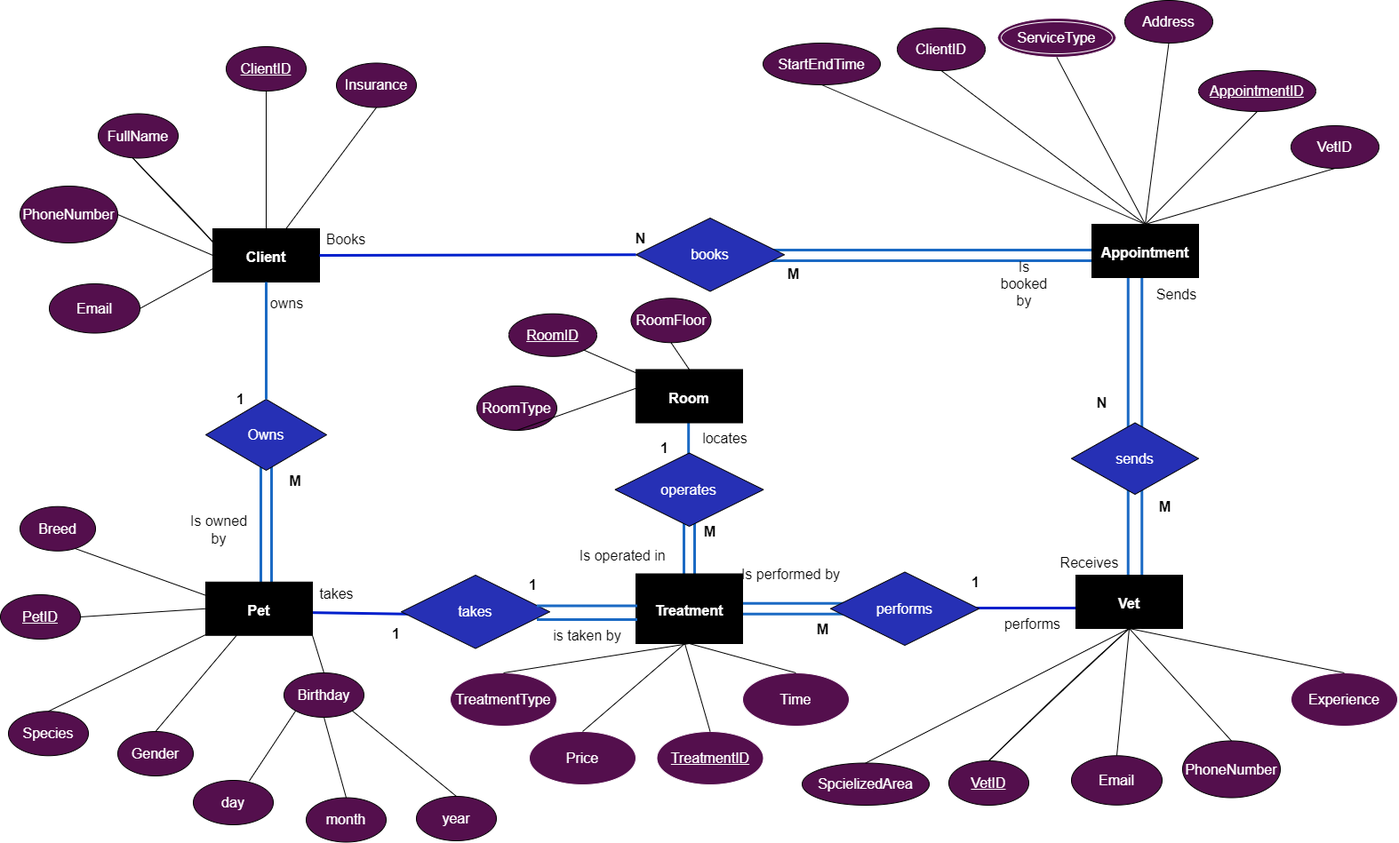
The draw.io diagram PetClinic.drawio.png in tomztz/SQL-Pet-Clinic, before a commit. Source tidied: cells renumbered, new cells last; positions are measured from the earlier drawing's top-left corner, leaving out a move shared by most shapes.
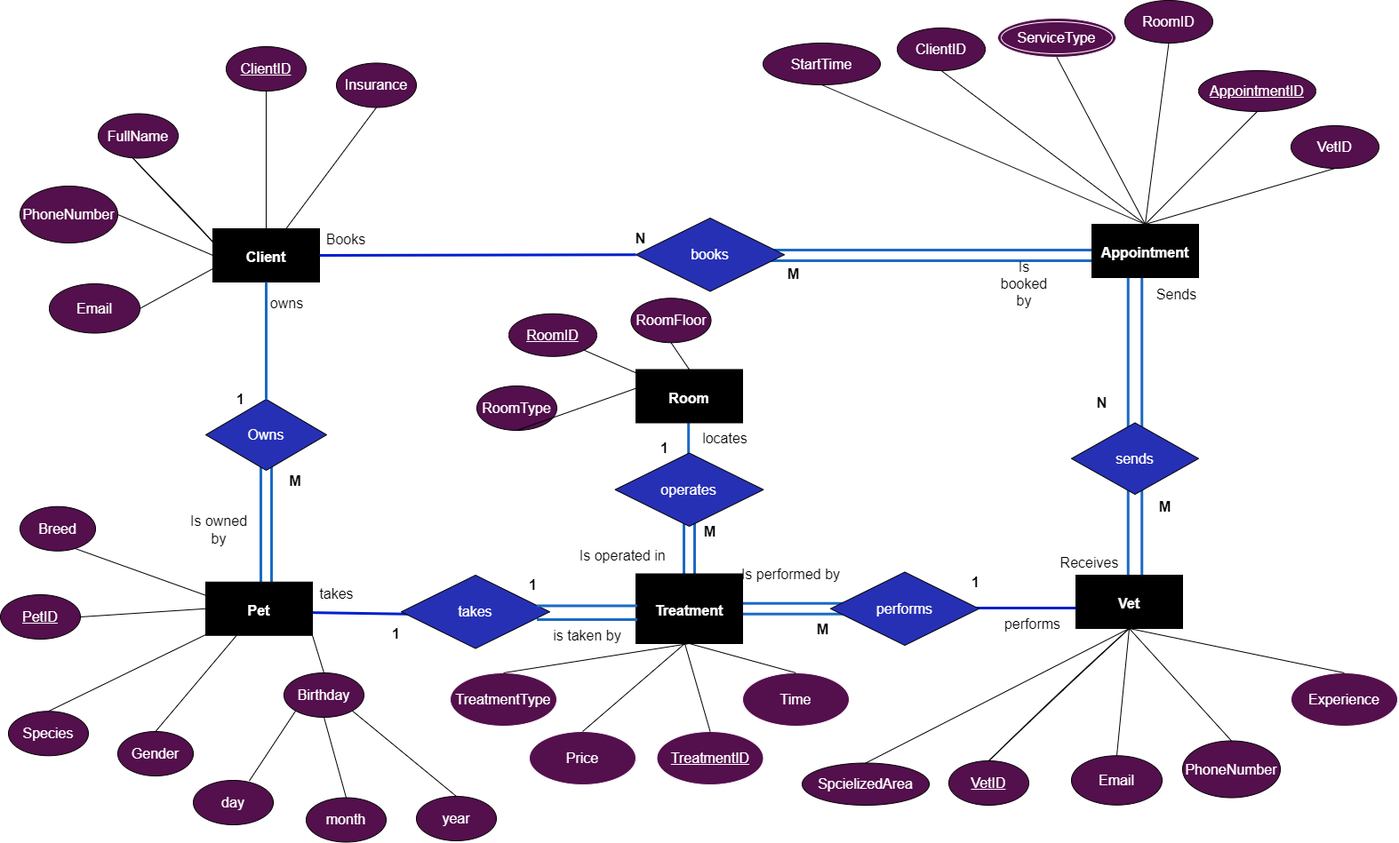
After the commit.

Diff of the diagram source:
```diff
@@ -200,7 +200,7 @@
     <mxCell id="64" style="endArrow=none;html=1;rounded=0;shadow=0;sketch=0;fontSize=16;fontColor=#FFFFFF;startSize=6;endSize=6;sourcePerimeterSpacing=0;targetPerimeterSpacing=0;strokeColor=#000000;strokeWidth=1;jumpSize=6;exitX=1;exitY=0.5;exitDx=0;exitDy=0;entryX=0;entryY=0.75;entryDx=0;entryDy=0;" parent="1" edge="1" source="63" target="18">
       <mxGeometry relative="1" as="geometry" />
     </mxCell>
-    <mxCell id="65" value="StartEndTime" style="ellipse;whiteSpace=wrap;html=1;fontSize=16;fontColor=#FFFFFF;fillColor=#540F4D;" parent="1" vertex="1">
+    <mxCell id="65" value="StartTime" style="ellipse;whiteSpace=wrap;html=1;fontSize=16;fontColor=#FFFFFF;fillColor=#540F4D;" parent="1" vertex="1">
       <mxGeometry x="858" y="48" width="132" height="47" as="geometry" />
     </mxCell>
     <mxCell id="66" style="endArrow=none;html=1;rounded=0;sketch=0;fontSize=16;fontColor=#000000;startSize=6;endSize=6;sourcePerimeterSpacing=0;strokeWidth=1;jumpSize=6;exitX=0.5;exitY=0;exitDx=0;exitDy=0;entryX=0.5;entryY=1;entryDx=0;entryDy=0;strokeColor=#1A1A1A;" parent="1" edge="1" source="14" target="65">
@@ -209,7 +209,7 @@
     <mxCell id="67" value="ClientID" style="ellipse;whiteSpace=wrap;html=1;fontSize=16;fontColor=#FFFFFF;fillColor=#540F4D;" parent="1" vertex="1">
       <mxGeometry x="1009" y="31" width="99" height="48" as="geometry" />
     </mxCell>
-    <mxCell id="68" value="Address" style="ellipse;whiteSpace=wrap;html=1;fontSize=16;fontColor=#FFFFFF;fillColor=#540F4D;" parent="1" vertex="1">
+    <mxCell id="68" value="RoomID" style="ellipse;whiteSpace=wrap;html=1;fontSize=16;fontColor=#FFFFFF;fillColor=#540F4D;" parent="1" vertex="1">
       <mxGeometry x="1265" width="99" height="48" as="geometry" />
     </mxCell>
     <mxCell id="69" value="PhoneNumber" style="ellipse;whiteSpace=wrap;html=1;fontSize=16;fontColor=#FFFFFF;fillColor=#540F4D;" parent="1" vertex="1">
```
